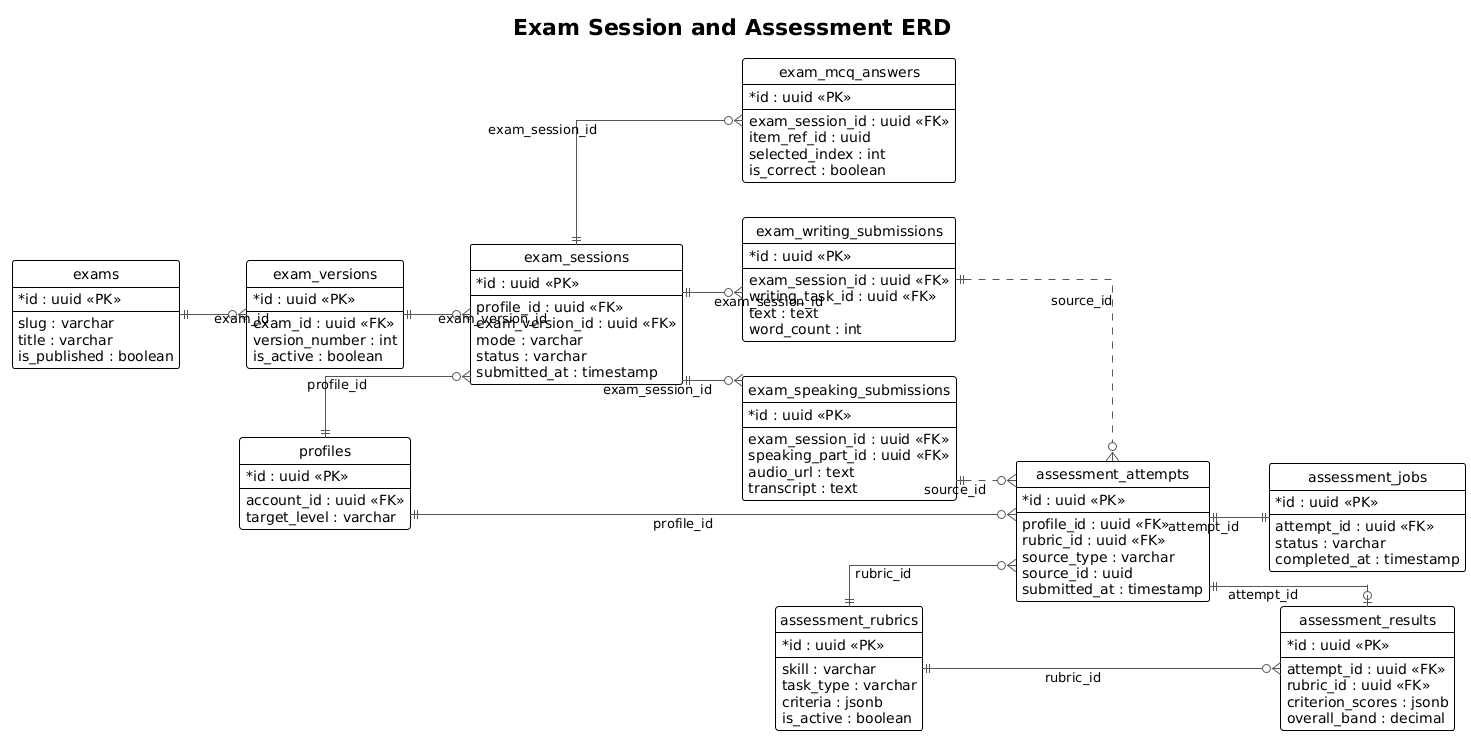
nghyane/VSTEP keeps this PlantUML diagram as docs/capstone/diagrams/report4-db-exam-assessment-erd.png. Above is the earlier version.
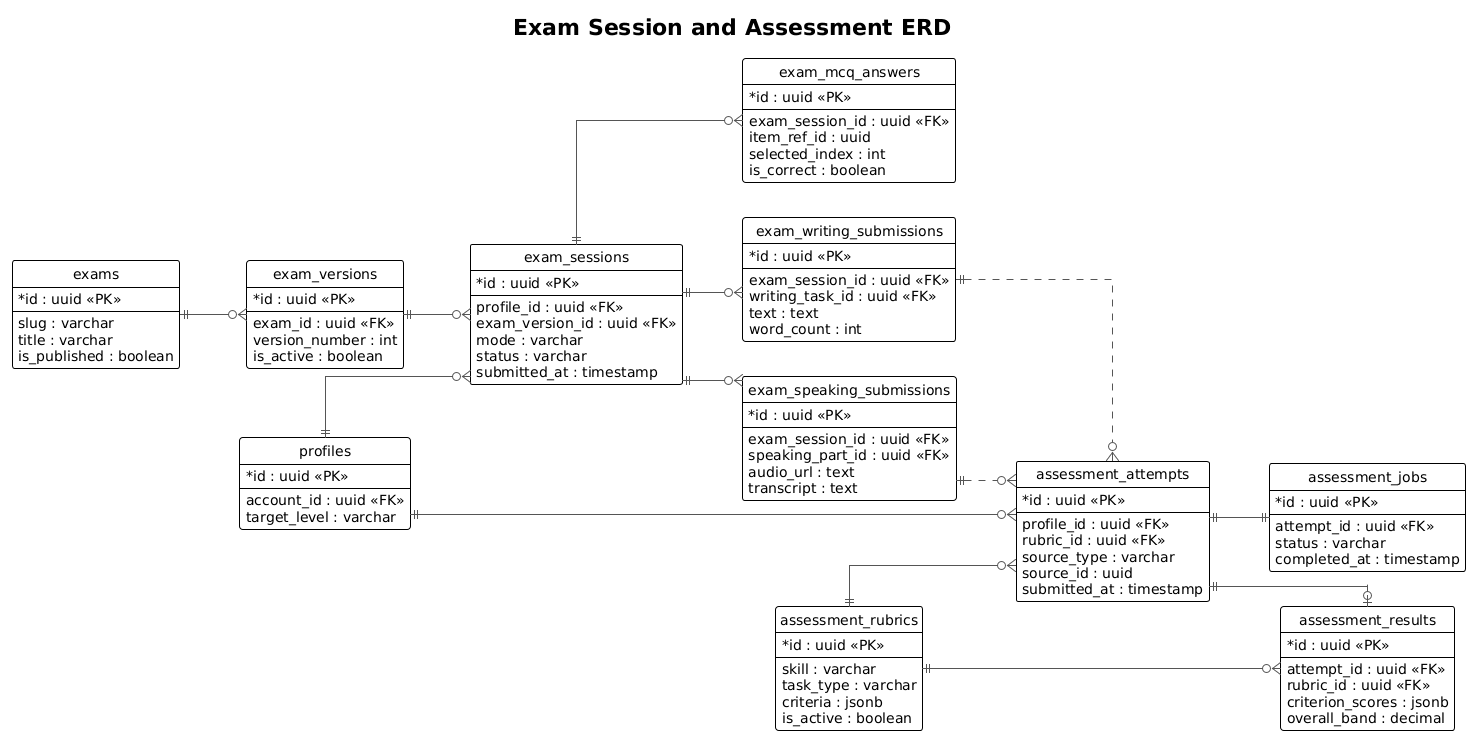
After the change.

Commit message:
docs(capstone): simplify database ERD layout

Diff of the diagram source:
```diff
@@ -106,20 +106,20 @@
   overall_band : decimal
 }
 
-profiles ||--o{ exam_sessions : profile_id
-exams ||--o{ exam_versions : exam_id
-exam_versions ||--o{ exam_sessions : exam_version_id
-exam_sessions ||--o{ exam_mcq_answers : exam_session_id
-exam_sessions ||--o{ exam_writing : exam_session_id
-exam_sessions ||--o{ exam_speaking : exam_session_id
+profiles ||--o{ exam_sessions
+exams ||--o{ exam_versions
+exam_versions ||--o{ exam_sessions
+exam_sessions ||--o{ exam_mcq_answers
+exam_sessions ||--o{ exam_writing
+exam_sessions ||--o{ exam_speaking
 
-profiles ||--o{ attempts : profile_id
-rubrics ||--o{ attempts : rubric_id
-attempts ||--|| jobs : attempt_id
-attempts ||--o| results : attempt_id
-rubrics ||--o{ results : rubric_id
+profiles ||--o{ attempts
+rubrics ||--o{ attempts
+attempts ||--|| jobs
+attempts ||--o| results
+rubrics ||--o{ results
 
-exam_writing ||..o{ attempts : source_id
-exam_speaking ||..o{ attempts : source_id
+exam_writing ||..o{ attempts
+exam_speaking ||..o{ attempts
 
 @enduml
```
